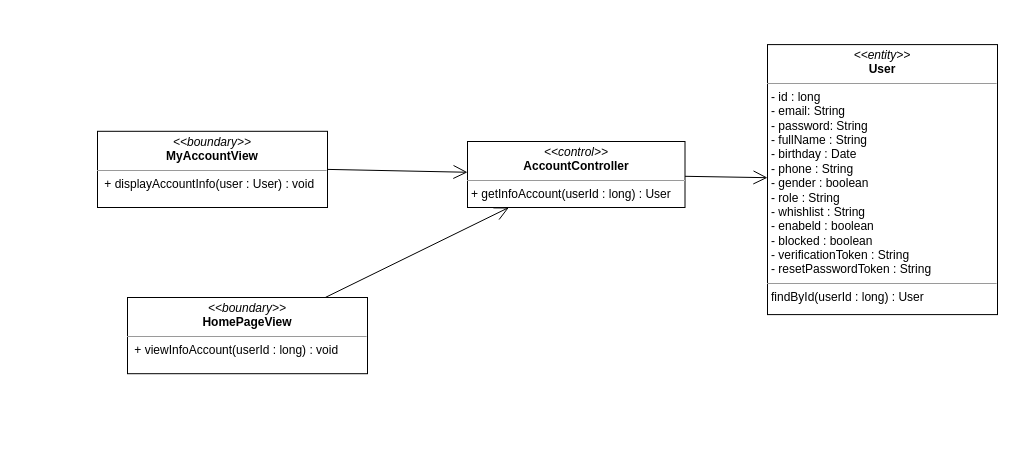
Above: class diagram/get-InfoAccount-class-diagram.drawio in nguyenphamvan/datn_20202 (draw.io), before the change. Source tidied: cells renumbered, new cells numbered last; positions are measured from the earlier drawing's top-left corner, leaving out a move shared by most shapes. Both pictures are drawn from the tidied source at 100%, with x=0, y=0 at pixel (97, 44).
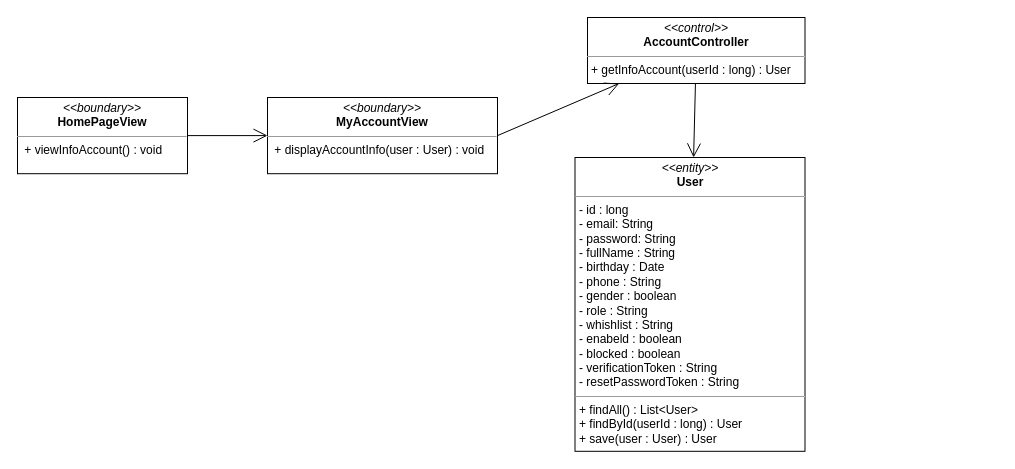
After the change.

Diff of the diagram source:
```diff
@@
 <mxGraphModel>
   <root>
     <mxCell id="0" />
     <mxCell id="1" parent="0" />
     <mxCell id="2" value="&lt;p style=&quot;margin: 0px ; margin-top: 4px ; text-align: center&quot;&gt;&lt;i&gt;&amp;lt;&amp;lt;boundary&amp;gt;&amp;gt;&lt;/i&gt;&lt;br&gt;&lt;b&gt;MyAccountView&lt;/b&gt;&lt;/p&gt;&lt;hr size=&quot;1&quot;&gt;&lt;p style=&quot;margin: 0px ; margin-left: 4px&quot;&gt;&lt;span&gt;&amp;nbsp;&lt;/span&gt;&lt;span&gt;+ displayAccountInfo(user : User) : void&lt;/span&gt;&lt;/p&gt;" style="verticalAlign=top;align=left;overflow=fill;fontSize=12;fontFamily=Helvetica;html=1;" parent="1" vertex="1">
-      <mxGeometry y="86.8" width="230" height="76.2" as="geometry" />
+      <mxGeometry x="170" y="53" width="230" height="76.2" as="geometry" />
     </mxCell>
-    <mxCell id="3" value="&lt;p style=&quot;margin: 0px ; margin-top: 4px ; text-align: center&quot;&gt;&lt;i&gt;&amp;lt;&amp;lt;entity&amp;gt;&amp;gt;&lt;/i&gt;&lt;br&gt;&lt;b&gt;User&lt;/b&gt;&lt;/p&gt;&lt;hr size=&quot;1&quot;&gt;&lt;p style=&quot;margin: 0px ; margin-left: 4px&quot;&gt;- id : long&lt;/p&gt;&lt;p style=&quot;margin: 0px ; margin-left: 4px&quot;&gt;- email: String&lt;br&gt;- password: String&lt;/p&gt;&lt;p style=&quot;margin: 0px ; margin-left: 4px&quot;&gt;- fullName : String&lt;/p&gt;&lt;p style=&quot;margin: 0px ; margin-left: 4px&quot;&gt;- birthday : Date&lt;/p&gt;&lt;p style=&quot;margin: 0px ; margin-left: 4px&quot;&gt;- phone : String&lt;/p&gt;&lt;p style=&quot;margin: 0px ; margin-left: 4px&quot;&gt;- gender : boolean&lt;/p&gt;&lt;p style=&quot;margin: 0px ; margin-left: 4px&quot;&gt;- role : String&lt;/p&gt;&lt;p style=&quot;margin: 0px ; margin-left: 4px&quot;&gt;- whishlist : String&lt;/p&gt;&lt;p style=&quot;margin: 0px ; margin-left: 4px&quot;&gt;- enabeld : boolean&lt;/p&gt;&lt;p style=&quot;margin: 0px ; margin-left: 4px&quot;&gt;- blocked : boolean&lt;/p&gt;&lt;p style=&quot;margin: 0px ; margin-left: 4px&quot;&gt;- verificationToken : String&lt;/p&gt;&lt;p style=&quot;margin: 0px ; margin-left: 4px&quot;&gt;- resetPasswordToken : String&lt;/p&gt;&lt;hr size=&quot;1&quot;&gt;&lt;p style=&quot;margin: 0px ; margin-left: 4px&quot;&gt;findById(userId : long) : User&lt;/p&gt;" style="verticalAlign=top;align=left;overflow=fill;fontSize=12;fontFamily=Helvetica;html=1;" parent="1" vertex="1">
-      <mxGeometry x="670" y="0.1" width="230" height="270" as="geometry" />
+    <mxCell id="3" value="&lt;p style=&quot;margin: 0px ; margin-top: 4px ; text-align: center&quot;&gt;&lt;i&gt;&amp;lt;&amp;lt;entity&amp;gt;&amp;gt;&lt;/i&gt;&lt;br&gt;&lt;b&gt;User&lt;/b&gt;&lt;/p&gt;&lt;hr size=&quot;1&quot;&gt;&lt;p style=&quot;margin: 0px ; margin-left: 4px&quot;&gt;- id : long&lt;/p&gt;&lt;p style=&quot;margin: 0px ; margin-left: 4px&quot;&gt;- email: String&lt;br&gt;- password: String&lt;/p&gt;&lt;p style=&quot;margin: 0px ; margin-left: 4px&quot;&gt;- fullName : String&lt;/p&gt;&lt;p style=&quot;margin: 0px ; margin-left: 4px&quot;&gt;- birthday : Date&lt;/p&gt;&lt;p style=&quot;margin: 0px ; margin-left: 4px&quot;&gt;- phone : String&lt;/p&gt;&lt;p style=&quot;margin: 0px ; margin-left: 4px&quot;&gt;- gender : boolean&lt;/p&gt;&lt;p style=&quot;margin: 0px ; margin-left: 4px&quot;&gt;- role : String&lt;/p&gt;&lt;p style=&quot;margin: 0px ; margin-left: 4px&quot;&gt;- whishlist : String&lt;/p&gt;&lt;p style=&quot;margin: 0px ; margin-left: 4px&quot;&gt;- enabeld : boolean&lt;/p&gt;&lt;p style=&quot;margin: 0px ; margin-left: 4px&quot;&gt;- blocked : boolean&lt;/p&gt;&lt;p style=&quot;margin: 0px ; margin-left: 4px&quot;&gt;- verificationToken : String&lt;/p&gt;&lt;p style=&quot;margin: 0px ; margin-left: 4px&quot;&gt;- resetPasswordToken : String&lt;/p&gt;&lt;hr size=&quot;1&quot;&gt;&lt;p style=&quot;margin: 0px ; margin-left: 4px&quot;&gt;+ findAll() : List&amp;lt;User&amp;gt;&lt;/p&gt;&lt;p style=&quot;margin: 0px ; margin-left: 4px&quot;&gt;+ findById(userId : long) : User&lt;/p&gt;&lt;p style=&quot;margin: 0px ; margin-left: 4px&quot;&gt;+ save(user : User) : User&lt;/p&gt;" style="verticalAlign=top;align=left;overflow=fill;fontSize=12;fontFamily=Helvetica;html=1;" parent="1" vertex="1">
+      <mxGeometry x="477.5" y="113" width="230" height="293.8" as="geometry" />
     </mxCell>
     <mxCell id="4" value="&lt;p style=&quot;margin: 0px ; margin-top: 4px ; text-align: center&quot;&gt;&lt;i&gt;&amp;lt;&amp;lt;control&amp;gt;&amp;gt;&lt;/i&gt;&lt;br&gt;&lt;b&gt;AccountController&lt;/b&gt;&lt;br&gt;&lt;/p&gt;&lt;hr size=&quot;1&quot;&gt;&lt;p style=&quot;margin: 0px ; margin-left: 4px&quot;&gt;&lt;span&gt;+ getInfoAccount(userId : long) : User&lt;/span&gt;&lt;br&gt;&lt;/p&gt;" style="verticalAlign=top;align=left;overflow=fill;fontSize=12;fontFamily=Helvetica;html=1;" parent="1" vertex="1">
-      <mxGeometry x="370" y="97" width="217.5" height="66" as="geometry" />
+      <mxGeometry x="490" y="-27" width="217.5" height="66" as="geometry" />
     </mxCell>
     <mxCell id="5" style="endArrow=open;endFill=1;endSize=12;html=1;exitX=1;exitY=0.5;exitDx=0;exitDy=0;" parent="1" edge="1" source="2" target="4">
       <mxGeometry relative="1" as="geometry" />
     </mxCell>
     <mxCell id="6" style="endArrow=open;endFill=1;endSize=12;html=1;" parent="1" edge="1" source="4" target="3">
       <mxGeometry relative="1" as="geometry" />
     </mxCell>
-    <mxCell id="7" value="&lt;p style=&quot;margin: 0px ; margin-top: 4px ; text-align: center&quot;&gt;&lt;i&gt;&amp;lt;&amp;lt;boundary&amp;gt;&amp;gt;&lt;/i&gt;&lt;br&gt;&lt;b&gt;HomePageView&lt;/b&gt;&lt;/p&gt;&lt;hr size=&quot;1&quot;&gt;&lt;p style=&quot;margin: 0px ; margin-left: 4px&quot;&gt;&lt;span&gt;&amp;nbsp;&lt;/span&gt;&lt;span&gt;+ viewInfoAccount(userId : long) : void&lt;/span&gt;&lt;/p&gt;" style="verticalAlign=top;align=left;overflow=fill;fontSize=12;fontFamily=Helvetica;html=1;" parent="1" vertex="1">
-      <mxGeometry x="30" y="253" width="240" height="76.2" as="geometry" />
+    <mxCell id="7" value="&lt;p style=&quot;margin: 0px ; margin-top: 4px ; text-align: center&quot;&gt;&lt;i&gt;&amp;lt;&amp;lt;boundary&amp;gt;&amp;gt;&lt;/i&gt;&lt;br&gt;&lt;b&gt;HomePageView&lt;/b&gt;&lt;/p&gt;&lt;hr size=&quot;1&quot;&gt;&lt;p style=&quot;margin: 0px ; margin-left: 4px&quot;&gt;&lt;span&gt;&amp;nbsp;&lt;/span&gt;&lt;span&gt;+ viewInfoAccount() : void&lt;/span&gt;&lt;/p&gt;" style="verticalAlign=top;align=left;overflow=fill;fontSize=12;fontFamily=Helvetica;html=1;" parent="1" vertex="1">
+      <mxGeometry x="-80" y="53" width="170" height="76.2" as="geometry" />
     </mxCell>
-    <mxCell id="8" style="endArrow=open;endFill=1;endSize=12;html=1;" parent="1" edge="1" source="7" target="4">
+    <mxCell id="8" style="endArrow=open;endFill=1;endSize=12;html=1;" parent="1" edge="1" source="7" target="2">
       <mxGeometry relative="1" as="geometry" />
     </mxCell>
   </root>
 </mxGraphModel>
```
